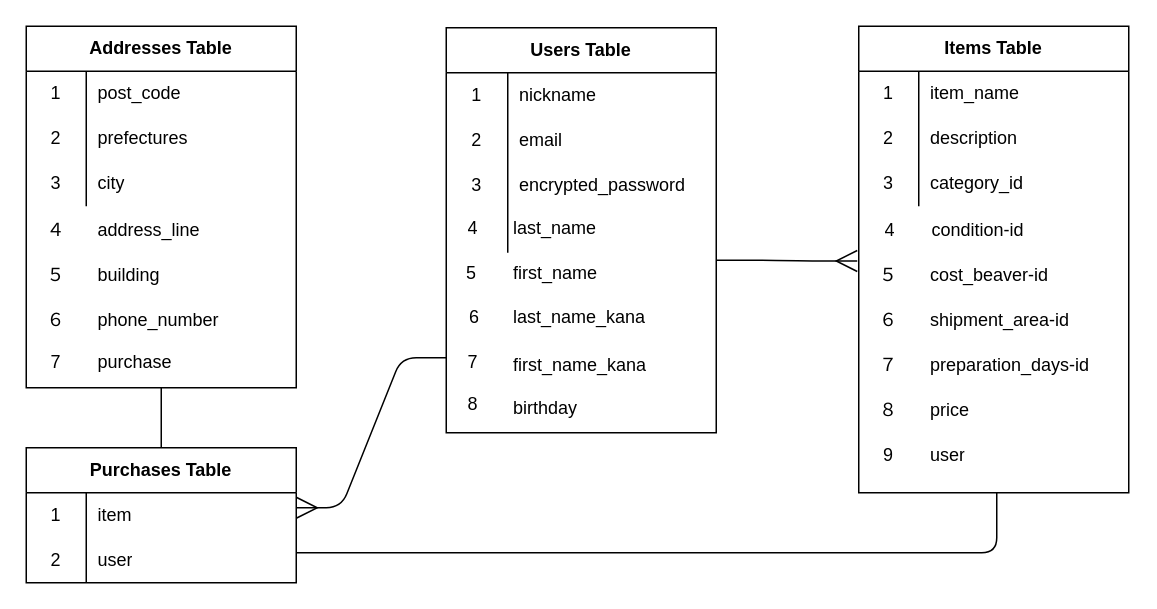
Earlier version of the draw.io diagram furima.dio (s88-y-uthishima/furima-32038). Source tidied: cells renumbered, new cells numbered last; positions are measured from the earlier drawing's top-left corner, leaving out a move shared by most shapes. Both pictures are drawn from the tidied source at 150%, with x=0, y=0 at pixel (26, 26).
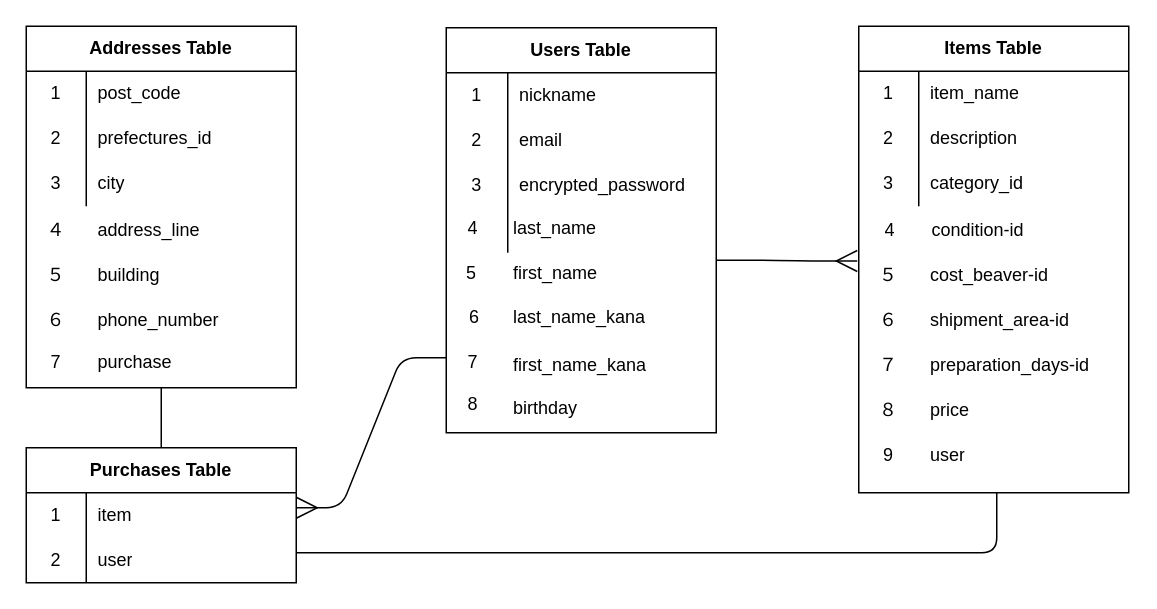
Above is the later version.

The change refers to these unchanged cells:
```xml
<mxCell id="39" style="shape=partialRectangle;html=1;whiteSpace=wrap;fillColor=none;top=0;left=0;bottom=0;right=0;" parent="35" vertex="1">
  <mxGeometry y="60" width="180" height="30" as="geometry" />
</mxCell>
```

The edit, as a diff of the source:
```diff
@@
-    <mxCell id="41" value="prefectures" style="shape=partialRectangle;html=1;whiteSpace=wrap;fillColor=none;top=0;left=0;bottom=0;right=0;align=left;spacingLeft=6;overflow=hidden;" parent="39" vertex="1">
+    <mxCell id="41" value="prefectures_id" style="shape=partialRectangle;html=1;whiteSpace=wrap;fillColor=none;top=0;left=0;bottom=0;right=0;align=left;spacingLeft=6;overflow=hidden;" parent="39" vertex="1">
       <mxGeometry x="40" width="140" height="30" as="geometry" />
     </mxCell>
```
